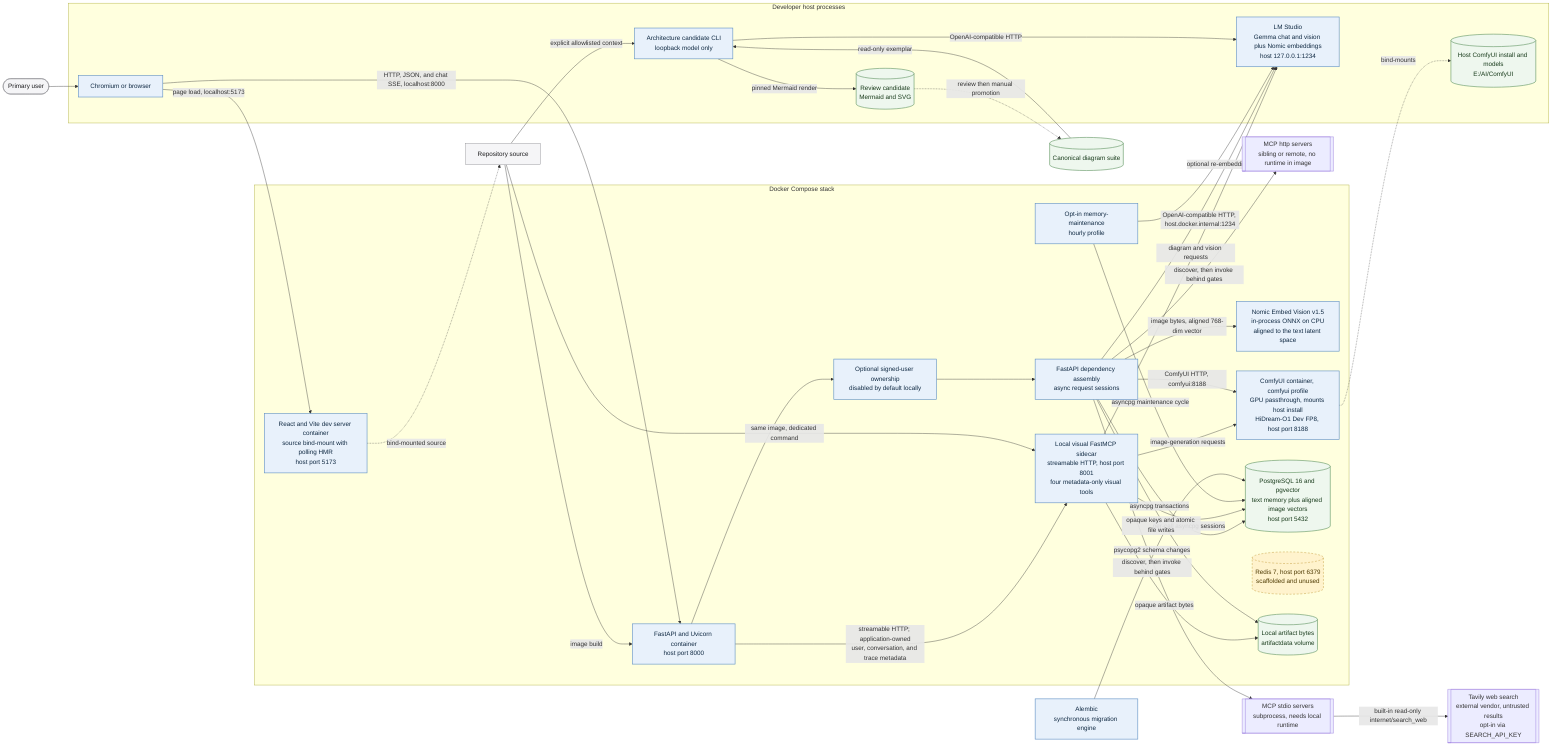
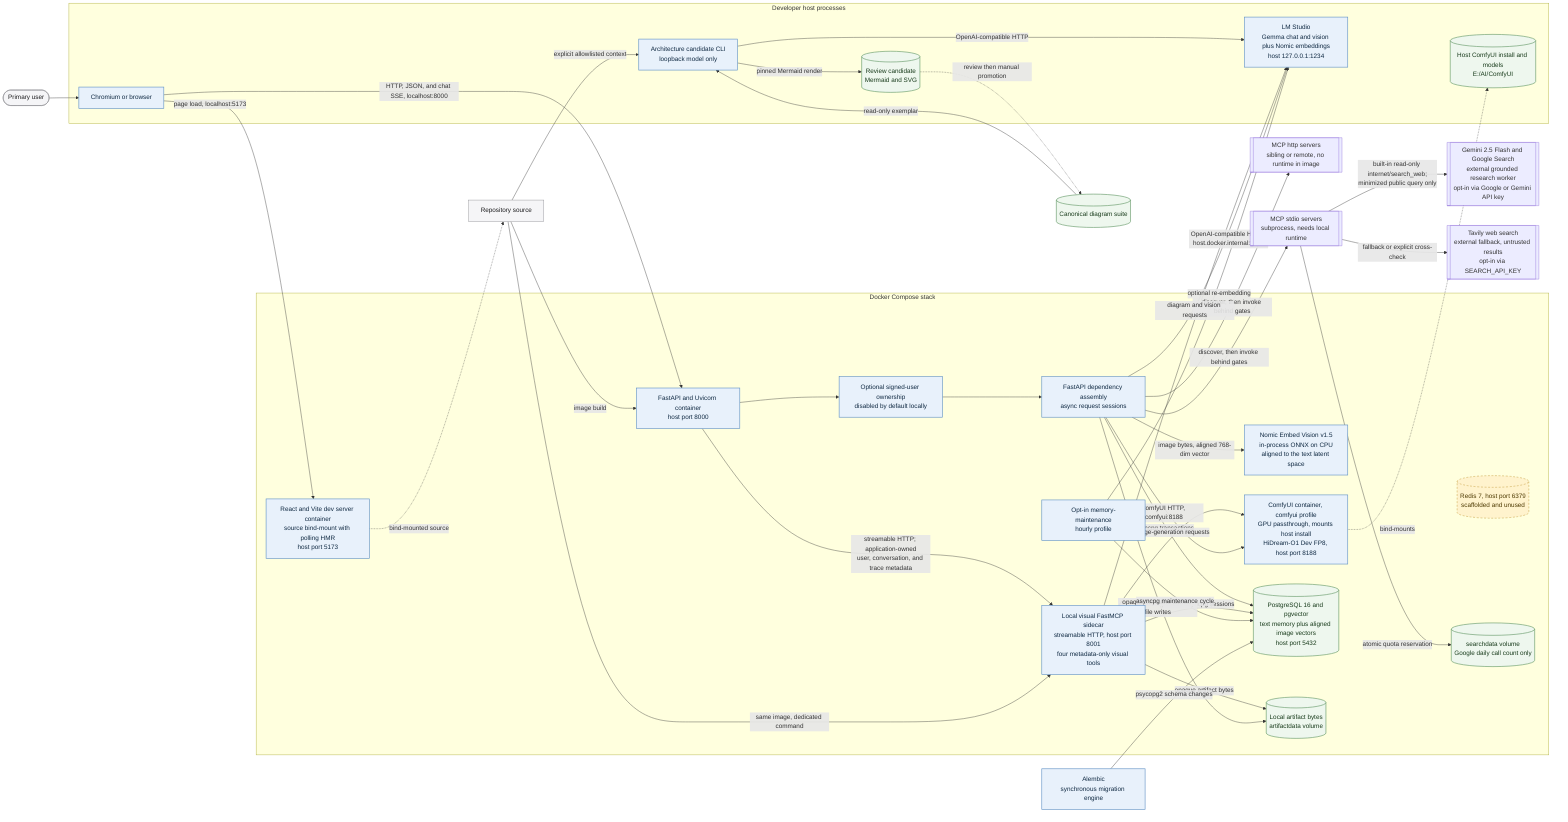
flowchart LR
    User([Primary user])

    subgraph Host[Developer host processes]
        Browser[Chromium or browser]
        LMStudio[LM Studio<br/>Gemma chat and vision plus Nomic embeddings<br/>host 127.0.0.1:1234]
        DiagramCLI[Architecture candidate CLI<br/>loopback model only]
        Candidate[(Review candidate<br/>Mermaid and SVG)]
        ComfyInstall[(Host ComfyUI install and models<br/>E:/AI/ComfyUI)]
    end

    subgraph Compose[Docker Compose stack]
        Frontend[React and Vite dev server container<br/>source bind-mount with polling HMR<br/>host port 5173]
        Backend[FastAPI and Uvicorn container<br/>host port 8000]
        VisualMCP[Local visual FastMCP sidecar<br/>streamable HTTP, host port 8001<br/>four metadata-only visual tools]
        VisionEmbed[Nomic Embed Vision v1.5<br/>in-process ONNX on CPU<br/>aligned to the text latent space]
        Dependencies[FastAPI dependency assembly<br/>async request sessions]
        Auth[Optional signed-user ownership<br/>disabled by default locally]
        ComfyUI[ComfyUI container, comfyui profile<br/>GPU passthrough, mounts host install<br/>HiDream-O1 Dev FP8, host port 8188]
        Postgres[(PostgreSQL 16 and pgvector<br/>text memory plus aligned image vectors<br/>host port 5432)]
        Redis[(Redis 7, host port 6379<br/>scaffolded and unused)]
        Maintenance[Opt-in memory-maintenance<br/>hourly profile]
        BinaryStore[(Local artifact bytes<br/>artifactdata volume)]
+         SearchQuota[(searchdata volume<br/>Google daily call count only)]
    end

-     WebSearch[[Tavily web search<br/>external vendor, untrusted results<br/>opt-in via SEARCH_API_KEY]]
+     GoogleResearch[[Gemini 2.5 Flash and Google Search<br/>external grounded research worker<br/>opt-in via Google or Gemini API key]]
+     WebSearch[[Tavily web search<br/>external fallback, untrusted results<br/>opt-in via SEARCH_API_KEY]]
    MCPStdio[[MCP stdio servers<br/>subprocess, needs local runtime]]
    MCPHttp[[MCP http servers<br/>sibling or remote, no runtime in image]]
    Source[Repository source]
    Canonical[(Canonical diagram suite)]
    Migration[Alembic<br/>synchronous migration engine]

    User --> Browser
    Browser -->|page load, localhost:5173| Frontend
    Browser -->|HTTP, JSON, and chat SSE, localhost:8000| Backend
    Frontend -. bind-mounted source .-> Source
    Backend --> Auth
    Auth --> Dependencies
    Dependencies -->|asyncpg transactions| Postgres
    Dependencies -->|image bytes, aligned 768-dim vector| VisionEmbed
    Dependencies -->|discover, then invoke behind gates| MCPStdio
    Dependencies -->|discover, then invoke behind gates| MCPHttp
    Backend -->|streamable HTTP; application-owned<br/>user, conversation, and trace metadata| VisualMCP
    VisualMCP -->|per-call asyncpg sessions| Postgres
    VisualMCP -->|diagram and vision requests| LMStudio
    VisualMCP -->|image-generation requests| ComfyUI
    VisualMCP -->|opaque artifact bytes| BinaryStore
-     MCPStdio -->|built-in read-only internet/search_web| WebSearch
+     MCPStdio -->|built-in read-only internet/search_web;<br/>minimized public query only| GoogleResearch
+     MCPStdio -->|fallback or explicit cross-check| WebSearch
+     MCPStdio -->|atomic quota reservation| SearchQuota
    Dependencies -->|OpenAI-compatible HTTP, host.docker.internal:1234| LMStudio
    Dependencies -->|ComfyUI HTTP, comfyui:8188| ComfyUI
    Dependencies -->|opaque keys and atomic file writes| BinaryStore
    ComfyUI -. bind-mounts .-> ComfyInstall
    Maintenance -->|asyncpg maintenance cycle| Postgres
    Maintenance -->|optional re-embedding| LMStudio
    Migration -->|psycopg2 schema changes| Postgres
    Source -->|image build| Backend
    Source -->|same image, dedicated command| VisualMCP
    Source -->|explicit allowlisted context| DiagramCLI
    Canonical -->|read-only exemplar| DiagramCLI
    DiagramCLI -->|OpenAI-compatible HTTP| LMStudio
    DiagramCLI -->|pinned Mermaid render| Candidate
    Candidate -.->|review then manual promotion| Canonical

    classDef user fill:#f5f5f7,stroke:#86868b,color:#1d1d1f;
    classDef process fill:#e8f1fb,stroke:#5e8fc4,color:#102a43,stroke-width:1.5px;
    classDef data fill:#eef7ee,stroke:#5f9562,color:#183b1b,stroke-width:1.5px;
    classDef scaffold fill:#fff3cd,stroke:#b78b20,color:#4d3900,stroke-dasharray:5 4;
    class User,Source user;
    class Browser,Frontend,LMStudio,ComfyUI,Backend,VisualMCP,Dependencies,Auth,Maintenance,Migration,DiagramCLI,VisionEmbed process;
-     class Postgres,BinaryStore,Candidate,Canonical,ComfyInstall data;
+     class Postgres,BinaryStore,SearchQuota,Candidate,Canonical,ComfyInstall data;
    class Redis scaffold;
